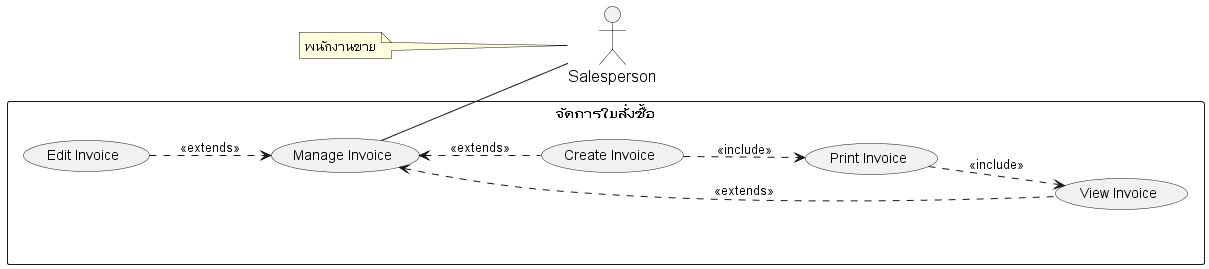
Earlier version of the PlantUML export out/system-analysis/usecase/_5_usecase-invoice/_5_usecase-invoice.png (billowdev/inventory-system-plantuml-sequelize-seeder-example). Source of this version:
```plantuml
@startuml
left to right direction

skinparam sequence {
    ParticipantFontName Thai
    ParticipantFontSize 16
    ActorFontSize 16
    ActorFontName Thai
}

skinparam Participant{
    FontColor #efefef
    BorderColor #c0c0c0
}
skinparam Sequence{
    ParticipantBorderThickness .5
    LifeLineBorderColor #8a8a8a
}

actor Salesperson as actorSalesperson
note left of actorSalesperson : พนักงานขาย


rectangle "จัดการใบสั่งซื้อ" as manageInvoice {


    usecase (Manage Invoice) as (usecaseInvoice)
    usecase (View Invoice) as (usecaseViewInvoice)
    usecase (Create Invoice) as (usecaseCreateInvoice)
    usecase (Edit Invoice) as (usecaseEditInvoice)
    usecase (Print Invoice) as (usecasePrintInvoice)





    (usecaseInvoice) <.. (usecaseViewInvoice) : <<extends>>
    (usecaseInvoice)  <..   (usecaseCreateInvoice): <<extends>>
    (usecaseEditInvoice) ..> (usecaseInvoice) : <<extends>>

    (usecaseCreateInvoice) ..> (usecasePrintInvoice) : <<include>>
    (usecasePrintInvoice) ..> (usecaseViewInvoice) : <<include>>

     (usecaseInvoice) -- actorSalesperson




}

@enduml
```
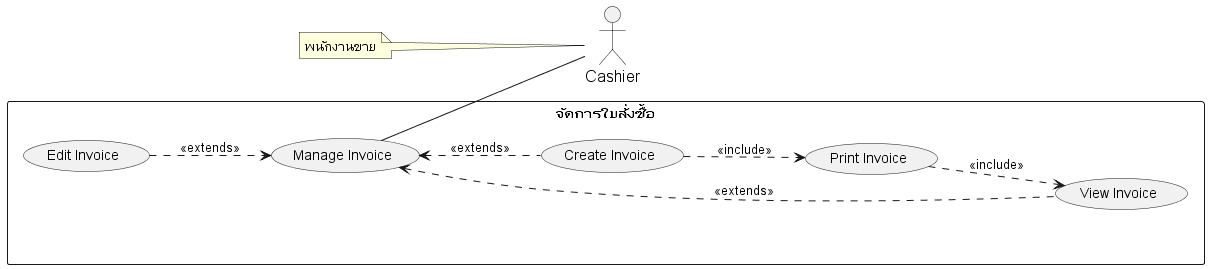
Later version of the same file.

Change to the diagram source:
```diff
@@ -17,8 +17,8 @@
     LifeLineBorderColor #8a8a8a
 }
 
-actor Salesperson as actorSalesperson
-note left of actorSalesperson : พนักงานขาย
+actor Cashier as actorCashier
+note left of actorCashier : พนักงานขาย
 
 
 rectangle "จัดการใบสั่งซื้อ" as manageInvoice {
@@ -41,7 +41,7 @@
     (usecaseCreateInvoice) ..> (usecasePrintInvoice) : <<include>>
     (usecasePrintInvoice) ..> (usecaseViewInvoice) : <<include>>
 
-     (usecaseInvoice) -- actorSalesperson
+     (usecaseInvoice) -- actorCashier
 
 
 
```
